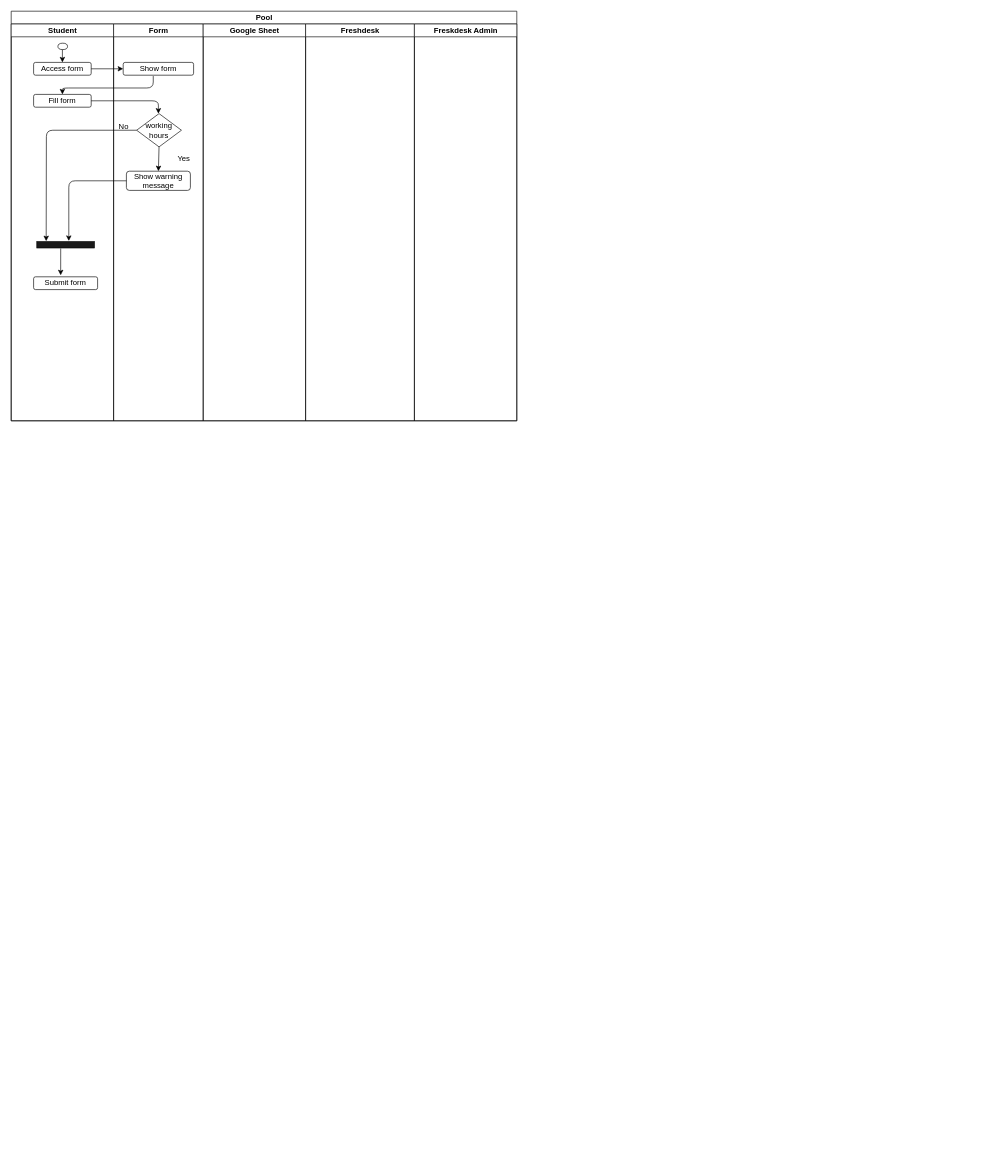
Before: Untitled Diagram.drawio in Litaa/diagram-set, a draw.io diagram. Source tidied: cells renumbered, new cells numbered last; positions are measured from the earlier drawing's top-left corner, leaving out a move shared by most shapes. Both pictures are drawn from the tidied source at 64%, with x=0, y=0 at pixel (11, 11).
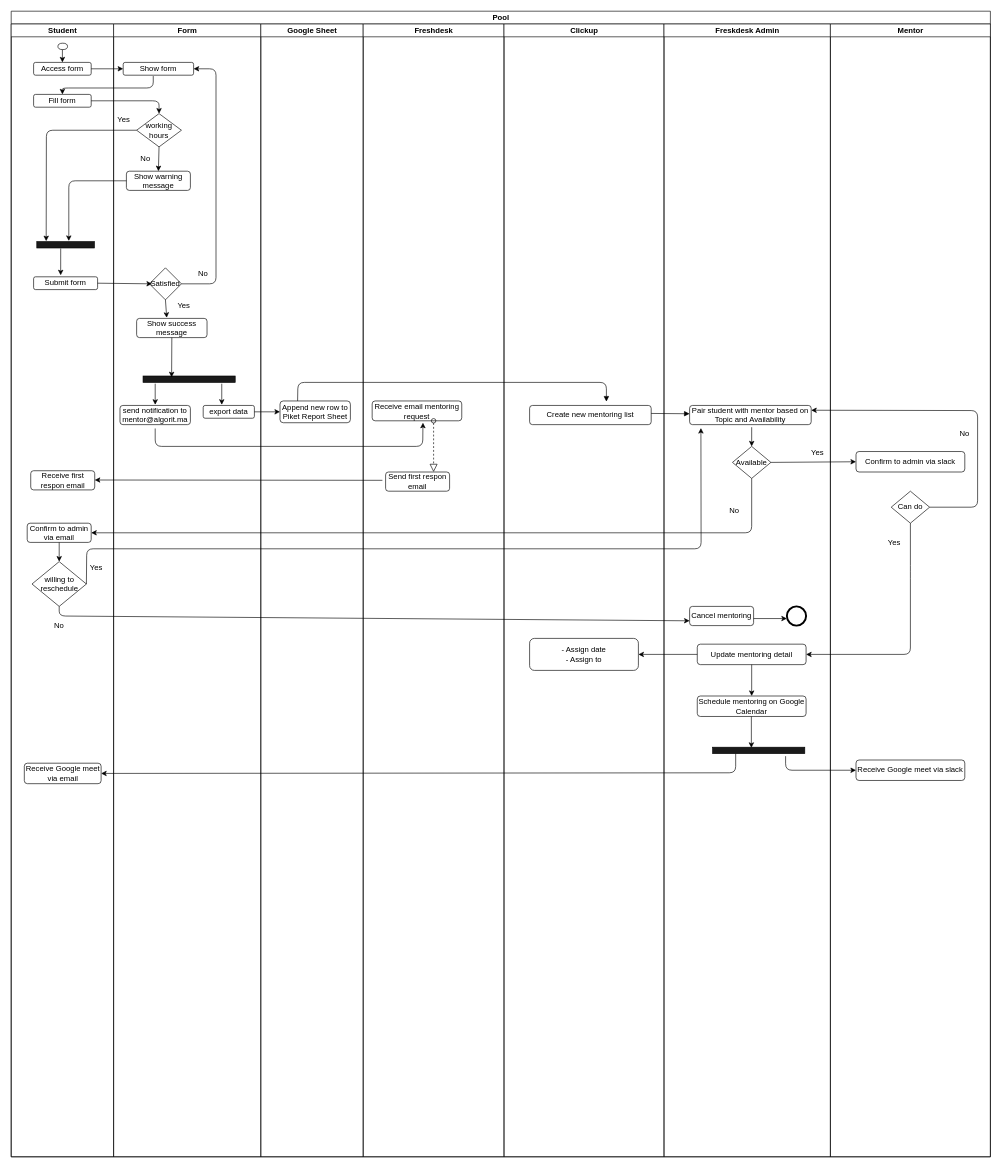
The same diagram, later.

Unchanged cells that the change refers to:
```xml
<mxCell id="6" value="Fill form" style="shape=ext;rounded=1;html=1;whiteSpace=wrap;" parent="3" vertex="1">
  <mxGeometry x="35" y="110" width="90" height="20" as="geometry" />
</mxCell>
<mxCell id="7" value="Submit form" style="shape=ext;rounded=1;html=1;whiteSpace=wrap;" parent="3" vertex="1">
  <mxGeometry x="35" y="395" width="100" height="20" as="geometry" />
</mxCell>
<mxCell id="12" value="Show form" style="shape=ext;rounded=1;html=1;whiteSpace=wrap;" parent="11" vertex="1">
  <mxGeometry x="15" y="60" width="110" height="20" as="geometry" />
</mxCell>
```

What changed in the source:
```diff
@@
     <mxCell id="2" value="Pool" style="swimlane;html=1;startSize=20;" parent="1" vertex="1">
-      <mxGeometry width="790" height="640" as="geometry" />
+      <mxGeometry width="1530" height="1790" as="geometry" />
     </mxCell>
     <mxCell id="3" value="Student" style="swimlane;html=1;startSize=20;" parent="2" vertex="1">
-      <mxGeometry y="20" width="160" height="620" as="geometry" />
+      <mxGeometry y="20" width="160" height="1770" as="geometry" />
     </mxCell>
@@
+    <mxCell id="26" value="Receive first respon email" style="shape=ext;rounded=1;html=1;whiteSpace=wrap;" parent="3" vertex="1">
+      <mxGeometry x="30.5" y="698" width="100" height="30" as="geometry" />
+    </mxCell>
+    <mxCell id="27" value="Confirm to admin via email" style="shape=ext;rounded=1;html=1;whiteSpace=wrap;" parent="3" vertex="1">
+      <mxGeometry x="25" y="780" width="100" height="30" as="geometry" />
+    </mxCell>
+    <mxCell id="28" value="willing to reschedule" style="rhombus;whiteSpace=wrap;html=1;" parent="3" vertex="1">
+      <mxGeometry x="32.5" y="840" width="85" height="70" as="geometry" />
+    </mxCell>
+    <mxCell id="29" value="Yes" style="text;html=1;strokeColor=none;fillColor=none;align=center;verticalAlign=middle;whiteSpace=wrap;rounded=0;" parent="3" vertex="1">
+      <mxGeometry x="112.5" y="839" width="40" height="20" as="geometry" />
+    </mxCell>
+    <mxCell id="30" value="No" style="text;html=1;strokeColor=none;fillColor=none;align=center;verticalAlign=middle;whiteSpace=wrap;rounded=0;" parent="3" vertex="1">
+      <mxGeometry x="55" y="930" width="40" height="20" as="geometry" />
+    </mxCell>
+    <mxCell id="31" style="endArrow=classic;html=1;exitX=0.5;exitY=1;exitDx=0;exitDy=0;entryX=0.5;entryY=0;entryDx=0;entryDy=0;" parent="3" edge="1" source="27" target="28">
+      <mxGeometry relative="1" as="geometry" />
+    </mxCell>
+    <mxCell id="32" value="Receive Google meet via email" style="shape=ext;rounded=1;html=1;whiteSpace=wrap;" parent="3" vertex="1">
+      <mxGeometry x="20.5" y="1155" width="120" height="32" as="geometry" />
+    </mxCell>
     <mxCell id="11" value="Form" style="swimlane;html=1;startSize=20;" parent="2" vertex="1">
-      <mxGeometry x="160" y="20" width="140" height="620" as="geometry" />
+      <mxGeometry x="160" y="20" width="230" height="1770" as="geometry" />
     </mxCell>
@@
     <mxCell id="15" value="No" style="text;html=1;strokeColor=none;fillColor=none;align=center;verticalAlign=middle;whiteSpace=wrap;rounded=0;" parent="11" vertex="1">
-      <mxGeometry x="-4" y="150" width="40" height="20" as="geometry" />
+      <mxGeometry x="30" y="200" width="40" height="20" as="geometry" />
     </mxCell>
     <mxCell id="16" value="Yes" style="text;html=1;strokeColor=none;fillColor=none;align=center;verticalAlign=middle;whiteSpace=wrap;rounded=0;" parent="11" vertex="1">
-      <mxGeometry x="90" y="200" width="40" height="20" as="geometry" />
+      <mxGeometry x="-4" y="140" width="40" height="20" as="geometry" />
     </mxCell>
@@
+    <mxCell id="33" value="Show success message" style="shape=ext;rounded=1;html=1;whiteSpace=wrap;" parent="11" vertex="1">
+      <mxGeometry x="36" y="460" width="110" height="30" as="geometry" />
+    </mxCell>
+    <mxCell id="34" value="Satisfied" style="rhombus;whiteSpace=wrap;html=1;" parent="11" vertex="1">
+      <mxGeometry x="56" y="381" width="50" height="50" as="geometry" />
+    </mxCell>
+    <mxCell id="35" style="endArrow=classic;html=1;exitX=1;exitY=0.5;exitDx=0;exitDy=0;entryX=1;entryY=0.5;entryDx=0;entryDy=0;" parent="11" edge="1" source="34" target="12">
+      <mxGeometry relative="1" as="geometry">
+        <Array as="points">
+          <mxPoint x="160" y="406" />
+          <mxPoint x="160" y="70" />
+        </Array>
+      </mxGeometry>
+    </mxCell>
+    <mxCell id="36" value="No" style="text;html=1;strokeColor=none;fillColor=none;align=center;verticalAlign=middle;whiteSpace=wrap;rounded=0;" parent="11" vertex="1">
+      <mxGeometry x="120" y="381" width="40" height="20" as="geometry" />
+    </mxCell>
+    <mxCell id="37" value="Yes" style="text;html=1;strokeColor=none;fillColor=none;align=center;verticalAlign=middle;whiteSpace=wrap;rounded=0;" parent="11" vertex="1">
+      <mxGeometry x="90" y="431" width="40" height="20" as="geometry" />
+    </mxCell>
+    <mxCell id="38" style="endArrow=classic;html=1;exitX=0.5;exitY=1;exitDx=0;exitDy=0;" parent="11" edge="1" source="34">
+      <mxGeometry relative="1" as="geometry">
+        <mxPoint x="83" y="459" as="targetPoint" />
+      </mxGeometry>
+    </mxCell>
+    <mxCell id="39" value="send notification to mentor@algorit.ma" style="shape=ext;rounded=1;html=1;whiteSpace=wrap;" parent="11" vertex="1">
+      <mxGeometry x="10" y="596" width="110" height="30" as="geometry" />
+    </mxCell>
+    <mxCell id="40" value="export data" style="shape=ext;rounded=1;html=1;whiteSpace=wrap;" parent="11" vertex="1">
+      <mxGeometry x="140" y="596" width="80" height="20" as="geometry" />
+    </mxCell>
+    <mxCell id="41" style="rounded=0;whiteSpace=wrap;html=1;fillColor=#1A1A1A;" parent="11" vertex="1">
+      <mxGeometry x="46" y="550" width="144" height="10" as="geometry" />
+    </mxCell>
+    <mxCell id="42" style="endArrow=classic;html=1;exitX=0.5;exitY=1;exitDx=0;exitDy=0;entryX=0.31;entryY=0.2;entryDx=0;entryDy=0;entryPerimeter=0;" parent="11" edge="1" source="33" target="41">
+      <mxGeometry relative="1" as="geometry" />
+    </mxCell>
+    <mxCell id="43" style="endArrow=classic;html=1;entryX=0.5;entryY=0;entryDx=0;entryDy=0;" parent="11" edge="1">
+      <mxGeometry relative="1" as="geometry">
+        <mxPoint x="65" y="562" as="sourcePoint" />
+        <mxPoint x="65" y="595" as="targetPoint" />
+      </mxGeometry>
+    </mxCell>
     <mxCell id="18" value="Google Sheet" style="swimlane;html=1;startSize=20;" parent="2" vertex="1">
-      <mxGeometry x="300" y="20" width="160" height="620" as="geometry" />
+      <mxGeometry x="390" y="20" width="160" height="1770" as="geometry" />
     </mxCell>
+    <mxCell id="44" value="Append new row to Piket Report Sheet" style="shape=ext;rounded=1;html=1;whiteSpace=wrap;" parent="18" vertex="1">
+      <mxGeometry x="30" y="589" width="110" height="34" as="geometry" />
+    </mxCell>
     <mxCell id="19" value="Freshdesk" style="swimlane;html=1;startSize=20;" parent="2" vertex="1">
-      <mxGeometry x="460" y="20" width="170" height="620" as="geometry" />
+      <mxGeometry x="550" y="20" width="220" height="1770" as="geometry" />
     </mxCell>
+    <mxCell id="45" value="Receive email mentoring request" style="shape=ext;rounded=1;html=1;whiteSpace=wrap;" parent="19" vertex="1">
+      <mxGeometry x="14" y="589" width="140" height="31" as="geometry" />
+    </mxCell>
+    <mxCell id="46" value="Send first respon email" style="shape=ext;rounded=1;html=1;whiteSpace=wrap;" parent="19" vertex="1">
+      <mxGeometry x="35" y="700" width="100" height="30" as="geometry" />
+    </mxCell>
+    <mxCell id="47" style="startArrow=oval;startFill=0;startSize=7;endArrow=block;endFill=0;endSize=10;dashed=1;html=1;entryX=0.75;entryY=0;entryDx=0;entryDy=0;" parent="19" edge="1" target="46">
+      <mxGeometry relative="1" as="geometry">
+        <mxPoint x="110" y="620" as="sourcePoint" />
+      </mxGeometry>
+    </mxCell>
-    <mxCell id="20" value="Freskdesk Admin" style="swimlane;html=1;startSize=20;" parent="2" vertex="1">
-      <mxGeometry x="630" y="20" width="160" height="620" as="geometry" />
+    <mxCell id="20" value="Clickup" style="swimlane;html=1;startSize=20;" parent="2" vertex="1">
+      <mxGeometry x="770" y="20" width="250" height="1770" as="geometry" />
     </mxCell>
+    <mxCell id="48" value="Create new mentoring list" style="shape=ext;rounded=1;html=1;whiteSpace=wrap;" parent="20" vertex="1">
+      <mxGeometry x="40" y="596" width="190" height="30" as="geometry" />
+    </mxCell>
+    <mxCell id="49" value="- Assign date&lt;br&gt;- Assign to" style="shape=ext;rounded=1;html=1;whiteSpace=wrap;" parent="20" vertex="1">
+      <mxGeometry x="40" y="960" width="170" height="50" as="geometry" />
+    </mxCell>
@@
+    <mxCell id="50" style="endArrow=classic;html=1;entryX=0.08;entryY=0.5;entryDx=0;entryDy=0;entryPerimeter=0;exitX=1;exitY=0.5;exitDx=0;exitDy=0;" parent="2" edge="1" source="7" target="34">
+      <mxGeometry relative="1" as="geometry" />
+    </mxCell>
+    <mxCell id="51" style="endArrow=classic;html=1;exitX=1;exitY=0.5;exitDx=0;exitDy=0;entryX=0;entryY=0.5;entryDx=0;entryDy=0;" parent="2" edge="1" source="40" target="44">
+      <mxGeometry relative="1" as="geometry" />
+    </mxCell>
+    <mxCell id="52" style="endArrow=classic;html=1;entryX=0.567;entryY=1.097;entryDx=0;entryDy=0;entryPerimeter=0;" parent="2" edge="1" target="45">
+      <mxGeometry relative="1" as="geometry">
+        <mxPoint x="225" y="652" as="sourcePoint" />
+        <Array as="points">
+          <mxPoint x="225" y="680" />
+          <mxPoint x="643" y="680" />
+        </Array>
+      </mxGeometry>
+    </mxCell>
+    <mxCell id="53" value="Freskdesk Admin" style="swimlane;html=1;startSize=20;" parent="2" vertex="1">
+      <mxGeometry x="1020" y="20" width="260" height="1770" as="geometry" />
+    </mxCell>
+    <mxCell id="54" value="Pair student with mentor based on Topic and Availability" style="shape=ext;rounded=1;html=1;whiteSpace=wrap;" parent="53" vertex="1">
+      <mxGeometry x="40" y="596" width="190" height="30" as="geometry" />
+    </mxCell>
+    <mxCell id="55" style="endArrow=block;endFill=1;endSize=6;html=1;exitX=1;exitY=0.25;exitDx=0;exitDy=0;" parent="53" edge="1">
+      <mxGeometry relative="1" as="geometry">
+        <mxPoint x="-20" y="608.5" as="sourcePoint" />
+        <mxPoint x="40" y="609" as="targetPoint" />
+      </mxGeometry>
+    </mxCell>
+    <mxCell id="56" value="Available" style="rhombus;whiteSpace=wrap;html=1;" parent="53" vertex="1">
+      <mxGeometry x="107" y="660" width="60" height="50" as="geometry" />
+    </mxCell>
+    <mxCell id="57" value="Yes" style="text;html=1;strokeColor=none;fillColor=none;align=center;verticalAlign=middle;whiteSpace=wrap;rounded=0;" parent="53" vertex="1">
+      <mxGeometry x="220" y="660" width="40" height="20" as="geometry" />
+    </mxCell>
+    <mxCell id="58" value="No" style="text;html=1;strokeColor=none;fillColor=none;align=center;verticalAlign=middle;whiteSpace=wrap;rounded=0;" parent="53" vertex="1">
+      <mxGeometry x="90" y="750" width="40" height="20" as="geometry" />
+    </mxCell>
+    <mxCell id="59" value="Update mentoring detail" style="shape=ext;rounded=1;html=1;whiteSpace=wrap;" parent="53" vertex="1">
+      <mxGeometry x="52" y="969" width="170" height="32" as="geometry" />
+    </mxCell>
+    <mxCell id="60" value="Cancel mentoring" style="shape=ext;rounded=1;html=1;whiteSpace=wrap;" parent="53" vertex="1">
+      <mxGeometry x="40" y="910" width="100" height="30" as="geometry" />
+    </mxCell>
+    <mxCell id="61" style="shape=mxgraph.bpmn.shape;html=1;verticalLabelPosition=bottom;labelBackgroundColor=#ffffff;verticalAlign=top;align=center;perimeter=ellipsePerimeter;outline=end;symbol=general;fillColor=#FFFFFF;" parent="53" vertex="1">
+      <mxGeometry x="192" y="910" width="30" height="30" as="geometry" />
+    </mxCell>
+    <mxCell id="62" style="endArrow=classic;html=1;exitX=1;exitY=0.5;exitDx=0;exitDy=0;entryX=0;entryY=0.5;entryDx=0;entryDy=0;" parent="53" edge="1">
+      <mxGeometry relative="1" as="geometry">
+        <mxPoint x="140" y="929" as="sourcePoint" />
+        <mxPoint x="192" y="929" as="targetPoint" />
+      </mxGeometry>
+    </mxCell>
+    <mxCell id="63" value="Schedule mentoring on Google Calendar" style="shape=ext;rounded=1;html=1;whiteSpace=wrap;" parent="53" vertex="1">
+      <mxGeometry x="52" y="1050" width="170" height="32" as="geometry" />
+    </mxCell>
+    <mxCell id="64" style="rounded=0;whiteSpace=wrap;html=1;fillColor=#1A1A1A;" parent="53" vertex="1">
+      <mxGeometry x="76" y="1130" width="144" height="10" as="geometry" />
+    </mxCell>
+    <mxCell id="65" style="endArrow=classic;html=1;entryX=0.5;entryY=0;entryDx=0;entryDy=0;exitX=0.5;exitY=1;exitDx=0;exitDy=0;" parent="53" edge="1" source="59" target="63">
+      <mxGeometry relative="1" as="geometry" />
+    </mxCell>
+    <mxCell id="66" style="endArrow=classic;html=1;entryX=0.5;entryY=0;entryDx=0;entryDy=0;exitX=0.5;exitY=1;exitDx=0;exitDy=0;" parent="53" edge="1">
+      <mxGeometry relative="1" as="geometry">
+        <mxPoint x="136.5" y="1082" as="sourcePoint" />
+        <mxPoint x="136.5" y="1131" as="targetPoint" />
+      </mxGeometry>
+    </mxCell>
+    <mxCell id="67" value="Mentor" style="swimlane;html=1;startSize=20;" parent="2" vertex="1">
+      <mxGeometry x="1280" y="20" width="250" height="1770" as="geometry" />
+    </mxCell>
+    <mxCell id="68" value="Confirm to admin via slack" style="shape=ext;rounded=1;html=1;whiteSpace=wrap;" parent="67" vertex="1">
+      <mxGeometry x="40" y="668" width="170" height="32" as="geometry" />
+    </mxCell>
+    <mxCell id="69" value="Can do" style="rhombus;whiteSpace=wrap;html=1;" parent="67" vertex="1">
+      <mxGeometry x="95" y="730" width="60" height="50" as="geometry" />
+    </mxCell>
+    <mxCell id="70" value="Yes" style="text;html=1;strokeColor=none;fillColor=none;align=center;verticalAlign=middle;whiteSpace=wrap;rounded=0;" parent="67" vertex="1">
+      <mxGeometry x="80" y="800" width="40" height="20" as="geometry" />
+    </mxCell>
+    <mxCell id="71" value="No" style="text;html=1;strokeColor=none;fillColor=none;align=center;verticalAlign=middle;whiteSpace=wrap;rounded=0;" parent="67" vertex="1">
+      <mxGeometry x="190" y="630" width="40" height="20" as="geometry" />
+    </mxCell>
+    <mxCell id="72" value="Receive Google meet via slack" style="shape=ext;rounded=1;html=1;whiteSpace=wrap;" parent="67" vertex="1">
+      <mxGeometry x="40" y="1150" width="170" height="32" as="geometry" />
+    </mxCell>
+    <mxCell id="73" style="endArrow=classic;html=1;exitX=1;exitY=0.5;exitDx=0;exitDy=0;entryX=0;entryY=0.5;entryDx=0;entryDy=0;" parent="2" edge="1" source="56" target="68">
+      <mxGeometry relative="1" as="geometry" />
+    </mxCell>
+    <mxCell id="74" style="endArrow=classic;html=1;exitX=0.5;exitY=1;exitDx=0;exitDy=0;" parent="2" edge="1" source="56">
+      <mxGeometry relative="1" as="geometry">
+        <mxPoint x="125" y="815" as="targetPoint" />
+        <Array as="points">
+          <mxPoint x="1157" y="815" />
+        </Array>
+      </mxGeometry>
+    </mxCell>
+    <mxCell id="75" style="endArrow=classic;html=1;exitX=1;exitY=0.5;exitDx=0;exitDy=0;entryX=1;entryY=0.25;entryDx=0;entryDy=0;" parent="2" edge="1" source="69" target="54">
+      <mxGeometry relative="1" as="geometry">
+        <Array as="points">
+          <mxPoint x="1510" y="775" />
+          <mxPoint x="1510" y="624" />
+        </Array>
+      </mxGeometry>
+    </mxCell>
+    <mxCell id="76" style="endArrow=classic;html=1;exitX=0.5;exitY=1;exitDx=0;exitDy=0;entryX=1;entryY=0.5;entryDx=0;entryDy=0;" parent="2" edge="1" source="69" target="59">
+      <mxGeometry relative="1" as="geometry">
+        <Array as="points">
+          <mxPoint x="1405" y="876" />
+          <mxPoint x="1405" y="1005" />
+        </Array>
+      </mxGeometry>
+    </mxCell>
+    <mxCell id="77" style="endArrow=classic;html=1;entryX=1;entryY=0.5;entryDx=0;entryDy=0;exitX=0;exitY=0.5;exitDx=0;exitDy=0;" parent="2" edge="1" source="59" target="49">
+      <mxGeometry relative="1" as="geometry" />
+    </mxCell>
+    <mxCell id="78" style="endArrow=classic;html=1;exitX=1;exitY=0.5;exitDx=0;exitDy=0;entryX=0.093;entryY=1.176;entryDx=0;entryDy=0;entryPerimeter=0;" parent="2" edge="1" source="28" target="54">
+      <mxGeometry relative="1" as="geometry">
+        <Array as="points">
+          <mxPoint x="118" y="840" />
+          <mxPoint x="1078" y="840" />
+        </Array>
+      </mxGeometry>
+    </mxCell>
+    <mxCell id="79" style="endArrow=classic;html=1;exitX=0.5;exitY=1;exitDx=0;exitDy=0;entryX=0;entryY=0.75;entryDx=0;entryDy=0;" parent="2" edge="1" source="28" target="60">
+      <mxGeometry relative="1" as="geometry">
+        <Array as="points">
+          <mxPoint x="75" y="945" />
+        </Array>
+      </mxGeometry>
+    </mxCell>
-    <mxCell id="25" style="endArrow=classic;html=1;exitX=1;exitY=0.5;exitDx=0;exitDy=0;" parent="1" edge="1" source="6">
+    <mxCell id="25" style="endArrow=classic;html=1;exitX=1;exitY=0.5;exitDx=0;exitDy=0;" parent="2" edge="1" source="6">
       <mxGeometry relative="1" as="geometry">
-        <mxPoint x="230" y="160" as="targetPoint" />
+        <mxPoint x="231" y="160" as="targetPoint" />
         <Array as="points">
-          <mxPoint x="230" y="140" />
+          <mxPoint x="231" y="140" />
         </Array>
       </mxGeometry>
     </mxCell>
+    <mxCell id="80" style="endArrow=classic;html=1;entryX=0;entryY=0.5;entryDx=0;entryDy=0;" parent="2" edge="1" target="72">
+      <mxGeometry relative="1" as="geometry">
+        <mxPoint x="1210" y="1164" as="sourcePoint" />
+        <Array as="points">
+          <mxPoint x="1210" y="1186" />
+        </Array>
+      </mxGeometry>
+    </mxCell>
+    <mxCell id="81" style="endArrow=classic;html=1;exitX=0.25;exitY=1;exitDx=0;exitDy=0;entryX=1;entryY=0.5;entryDx=0;entryDy=0;" parent="2" edge="1" source="64" target="32">
+      <mxGeometry relative="1" as="geometry">
+        <Array as="points">
+          <mxPoint x="1132" y="1190" />
+        </Array>
+      </mxGeometry>
+    </mxCell>
+    <mxCell id="82" style="endArrow=classic;html=1;entryX=0.5;entryY=0;entryDx=0;entryDy=0;" parent="1" edge="1">
+      <mxGeometry relative="1" as="geometry">
+        <mxPoint x="329" y="582" as="sourcePoint" />
+        <mxPoint x="329" y="615" as="targetPoint" />
+      </mxGeometry>
+    </mxCell>
+    <mxCell id="83" style="endArrow=classic;html=1;entryX=1;entryY=0.25;entryDx=0;entryDy=0;" parent="1" edge="1">
+      <mxGeometry relative="1" as="geometry">
+        <mxPoint x="580" y="733" as="sourcePoint" />
+        <mxPoint x="130.5" y="732.5" as="targetPoint" />
+      </mxGeometry>
+    </mxCell>
+    <mxCell id="84" style="endArrow=block;endFill=1;endSize=6;html=1;exitX=0.25;exitY=0;exitDx=0;exitDy=0;" parent="1" edge="1" source="44">
+      <mxGeometry relative="1" as="geometry">
+        <mxPoint x="930" y="610" as="targetPoint" />
+        <Array as="points">
+          <mxPoint x="448" y="580" />
+          <mxPoint x="930" y="580" />
+        </Array>
+      </mxGeometry>
+    </mxCell>
+    <mxCell id="85" style="endArrow=classic;html=1;entryX=0.5;entryY=0;entryDx=0;entryDy=0;" parent="1" edge="1" target="56">
+      <mxGeometry relative="1" as="geometry">
+        <mxPoint x="1157" y="650" as="sourcePoint" />
+      </mxGeometry>
+    </mxCell>
```
